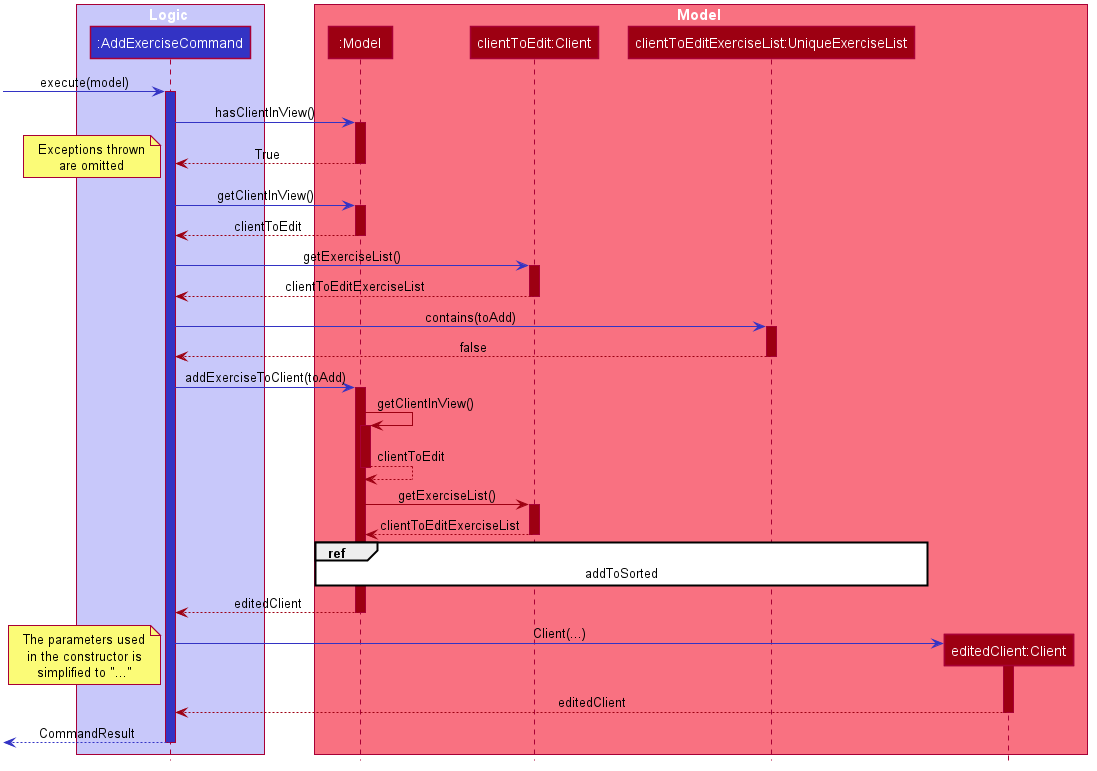
The PlantUML diagram docs/images/AddExerciseCommandSequenceDiagram.png in nus-cs2103-AY1920S2/addressbook-level3, before a commit.
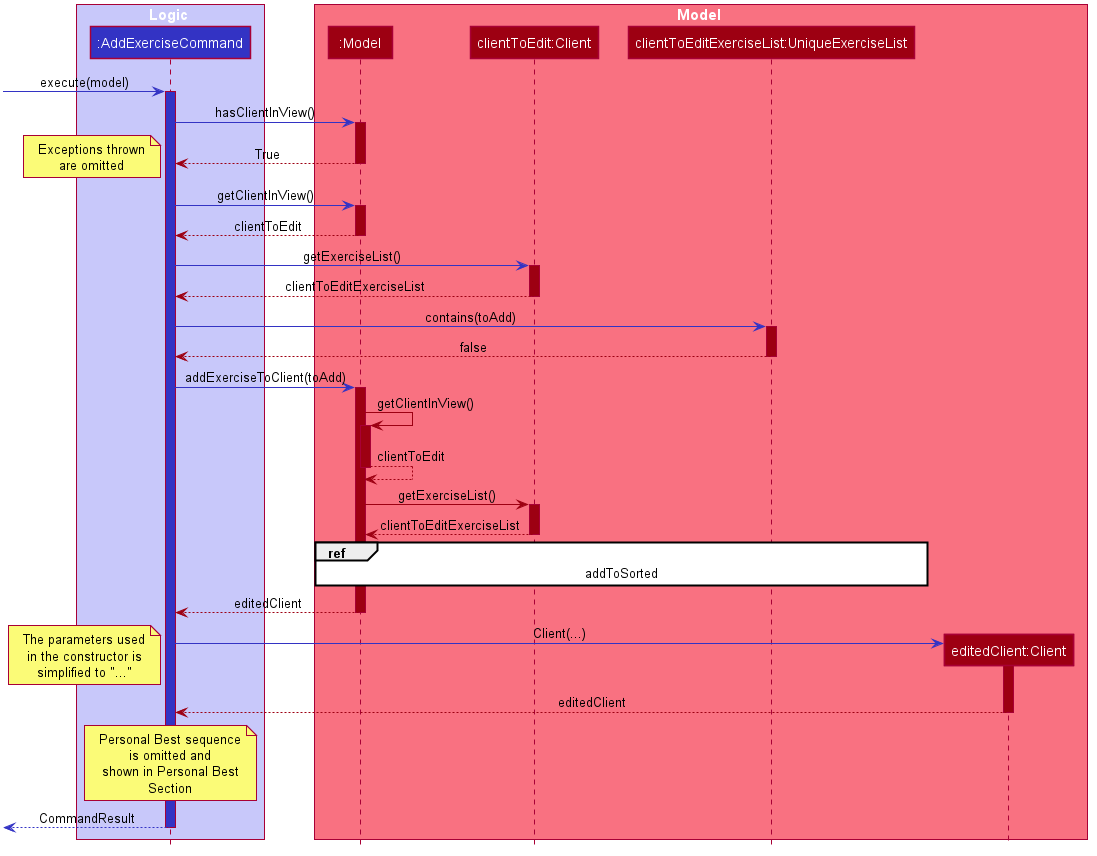
After the change.

Commit message:
add note about PB omission

Change to the diagram source:
```diff
@@ -117,6 +117,13 @@
 client2 --[#9D0012]> AddExerciseCommand : editedClient
 deactivate client2
 
+note over AddExerciseCommand
+Personal Best sequence
+is omitted and
+shown in Personal Best
+Section
+end note
+
 [<[#3333C4]-- AddExerciseCommand : CommandResult
 deactivate AddExerciseCommand
 
```
